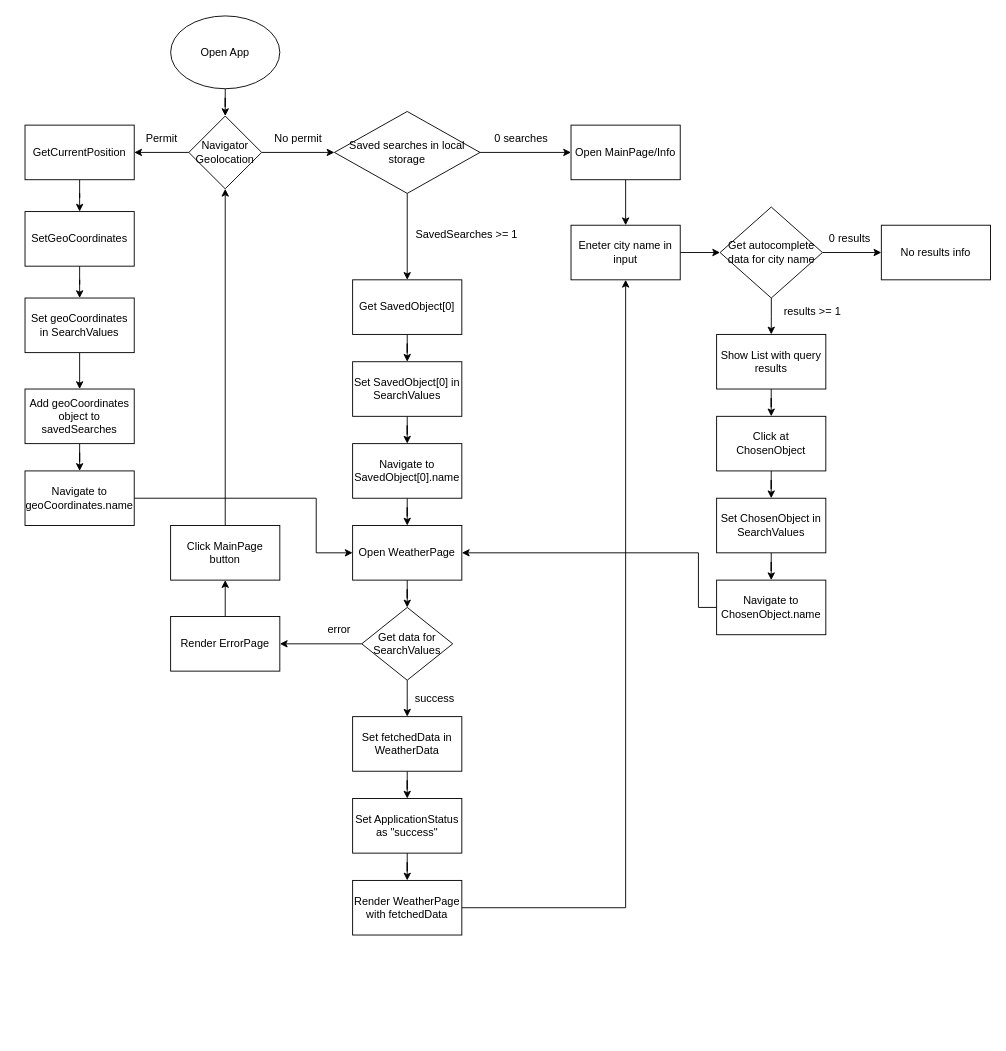
Above: app_flow.drawio in kraviecdev/whats-the-weather (draw.io), before the change. Source tidied: cells renumbered, new cells numbered last; positions are measured from the earlier drawing's top-left corner, leaving out a move shared by most shapes. Both pictures are drawn from the tidied source at 91%, with x=0, y=0 at pixel (25, 15).
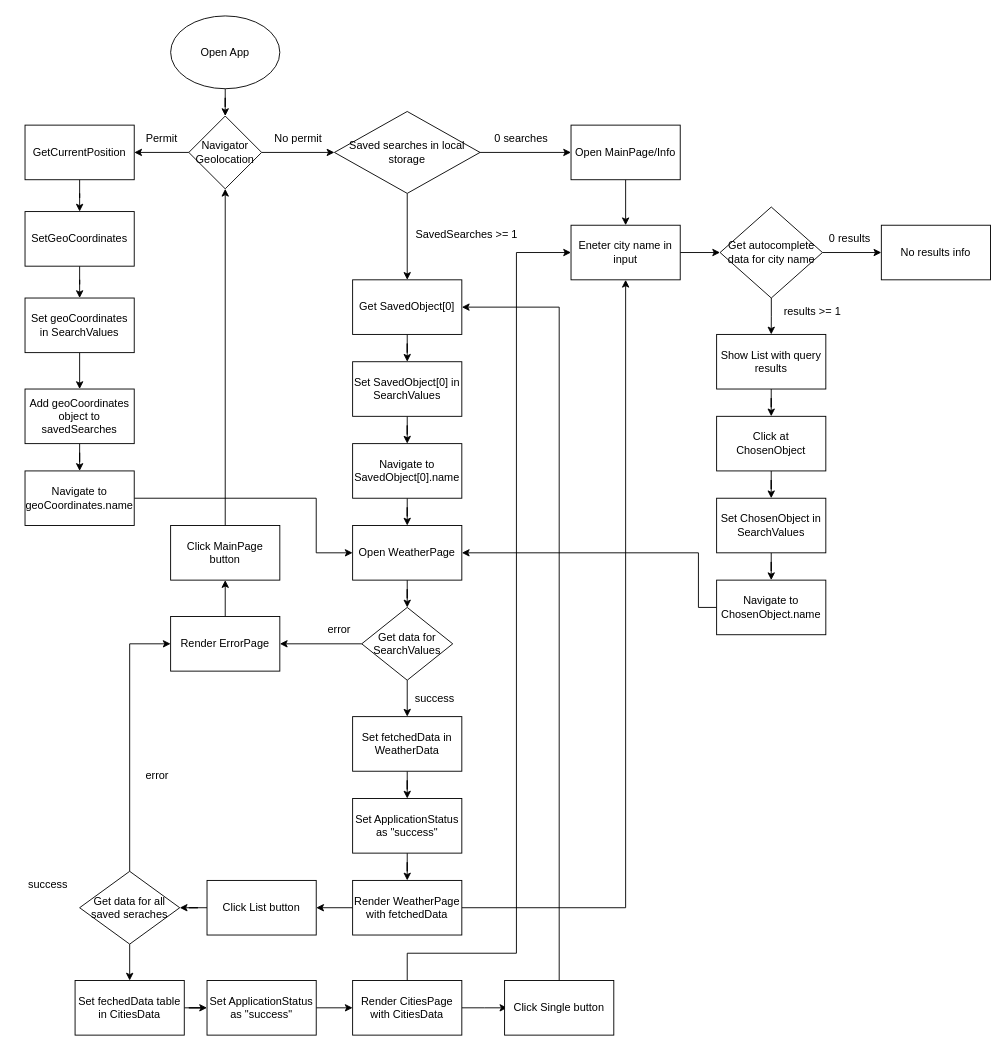
Above is the later version.

Commit message:
updated for cities page

The change refers to these unchanged cells:
```xml
<mxCell id="17" value="Get SavedObject[0]" style="whiteSpace=wrap;html=1;" parent="1" vertex="1">
  <mxGeometry x="360" y="290" width="120" height="60" as="geometry" />
</mxCell>
<mxCell id="35" value="Render WeatherPage with fetchedData" style="whiteSpace=wrap;html=1;" parent="1" vertex="1">
  <mxGeometry x="360" y="950" width="120" height="60" as="geometry" />
</mxCell>
<mxCell id="37" value="Eneter city name in input" style="whiteSpace=wrap;html=1;" parent="1" vertex="1">
  <mxGeometry x="600" y="230" width="120" height="60" as="geometry" />
</mxCell>
<mxCell id="53" value="Render ErrorPage" style="whiteSpace=wrap;html=1;" parent="1" vertex="1">
  <mxGeometry x="160" y="660" width="120" height="60" as="geometry" />
</mxCell>
```

Diff of the diagram source:
```diff
@@
+    <mxCell id="65" style="edgeStyle=orthogonalEdgeStyle;rounded=0;jettySize=auto;html=1;" parent="1" edge="1" source="35" target="67">
+      <mxGeometry relative="1" as="geometry" />
+    </mxCell>
@@
+    <mxCell id="66" style="edgeStyle=orthogonalEdgeStyle;rounded=0;jettySize=auto;html=1;" parent="1" edge="1" source="67" target="70">
+      <mxGeometry relative="1" as="geometry" />
+    </mxCell>
+    <mxCell id="67" value="Click List button" style="whiteSpace=wrap;html=1;" parent="1" vertex="1">
+      <mxGeometry x="200" y="950" width="120" height="60" as="geometry" />
+    </mxCell>
+    <mxCell id="68" style="edgeStyle=orthogonalEdgeStyle;rounded=0;jettySize=auto;html=1;entryX=0;entryY=0.5;entryDx=0;entryDy=0;" parent="1" edge="1" source="70" target="53">
+      <mxGeometry relative="1" as="geometry">
+        <Array as="points">
+          <mxPoint x="115" y="690" />
+        </Array>
+      </mxGeometry>
+    </mxCell>
+    <mxCell id="69" style="edgeStyle=orthogonalEdgeStyle;rounded=0;jettySize=auto;html=1;" parent="1" edge="1" source="70" target="73">
+      <mxGeometry relative="1" as="geometry" />
+    </mxCell>
+    <mxCell id="70" value="Get data for all saved seraches" style="rhombus;whiteSpace=wrap;html=1;" parent="1" vertex="1">
+      <mxGeometry x="60" y="940" width="110" height="80" as="geometry" />
+    </mxCell>
+    <mxCell id="71" value="error" style="text;html=1;align=center;verticalAlign=middle;strokeColor=none;fillColor=none;" parent="1" vertex="1">
+      <mxGeometry x="120" y="820" width="50" height="30" as="geometry" />
+    </mxCell>
+    <mxCell id="72" style="edgeStyle=orthogonalEdgeStyle;rounded=0;jettySize=auto;html=1;" parent="1" edge="1" source="73" target="76">
+      <mxGeometry relative="1" as="geometry" />
+    </mxCell>
+    <mxCell id="73" value="Set fechedData table in CitiesData" style="whiteSpace=wrap;html=1;" parent="1" vertex="1">
+      <mxGeometry x="55" y="1060" width="120" height="60" as="geometry" />
+    </mxCell>
+    <mxCell id="74" value="success" style="text;html=1;align=center;verticalAlign=middle;strokeColor=none;fillColor=none;" parent="1" vertex="1">
+      <mxGeometry x="-10" y="940" width="70" height="30" as="geometry" />
+    </mxCell>
+    <mxCell id="75" style="edgeStyle=orthogonalEdgeStyle;rounded=0;jettySize=auto;html=1;" parent="1" edge="1" source="76" target="79">
+      <mxGeometry relative="1" as="geometry" />
+    </mxCell>
+    <mxCell id="76" value="Set ApplicationStatus as &quot;success&quot;" style="whiteSpace=wrap;html=1;" parent="1" vertex="1">
+      <mxGeometry x="200" y="1060" width="120" height="60" as="geometry" />
+    </mxCell>
+    <mxCell id="77" style="edgeStyle=orthogonalEdgeStyle;rounded=0;jettySize=auto;html=1;" parent="1" edge="1" source="79">
+      <mxGeometry relative="1" as="geometry">
+        <mxPoint x="530" y="1090" as="targetPoint" />
+      </mxGeometry>
+    </mxCell>
+    <mxCell id="78" style="edgeStyle=orthogonalEdgeStyle;rounded=0;jettySize=auto;html=1;entryX=0;entryY=0.5;entryDx=0;entryDy=0;" parent="1" edge="1" source="79" target="37">
+      <mxGeometry relative="1" as="geometry">
+        <Array as="points">
+          <mxPoint x="420" y="1030" />
+          <mxPoint x="540" y="1030" />
+          <mxPoint x="540" y="260" />
+        </Array>
+      </mxGeometry>
+    </mxCell>
+    <mxCell id="79" value="Render CitiesPage with CitiesData" style="whiteSpace=wrap;html=1;" parent="1" vertex="1">
+      <mxGeometry x="360" y="1060" width="120" height="60" as="geometry" />
+    </mxCell>
+    <mxCell id="80" style="edgeStyle=orthogonalEdgeStyle;rounded=0;jettySize=auto;html=1;entryX=1;entryY=0.5;entryDx=0;entryDy=0;" parent="1" edge="1" source="81" target="17">
+      <mxGeometry relative="1" as="geometry">
+        <Array as="points">
+          <mxPoint x="587" y="320" />
+        </Array>
+      </mxGeometry>
+    </mxCell>
+    <mxCell id="81" value="Click Single button" style="whiteSpace=wrap;html=1;" parent="1" vertex="1">
+      <mxGeometry x="527" y="1060" width="120" height="60" as="geometry" />
+    </mxCell>
```
